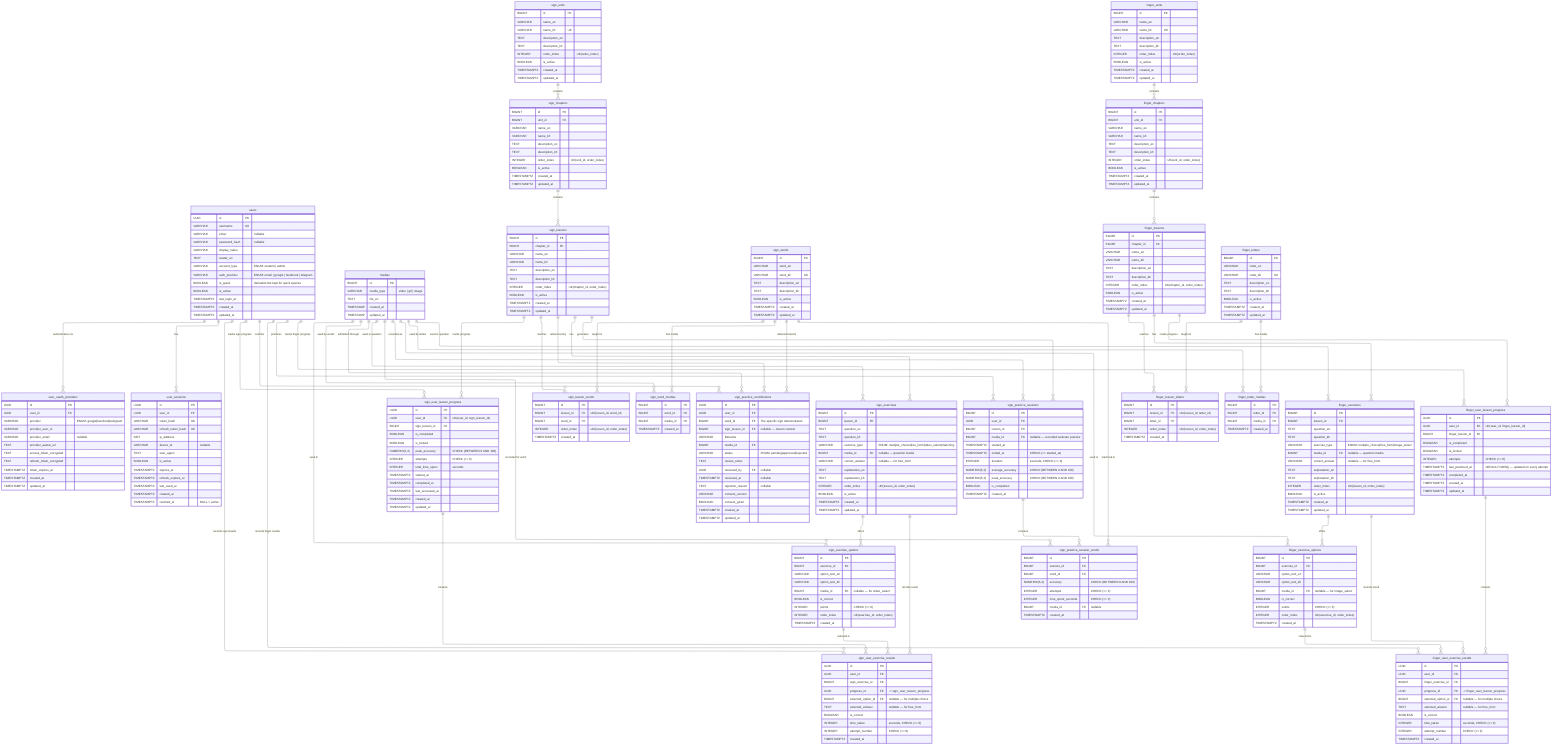
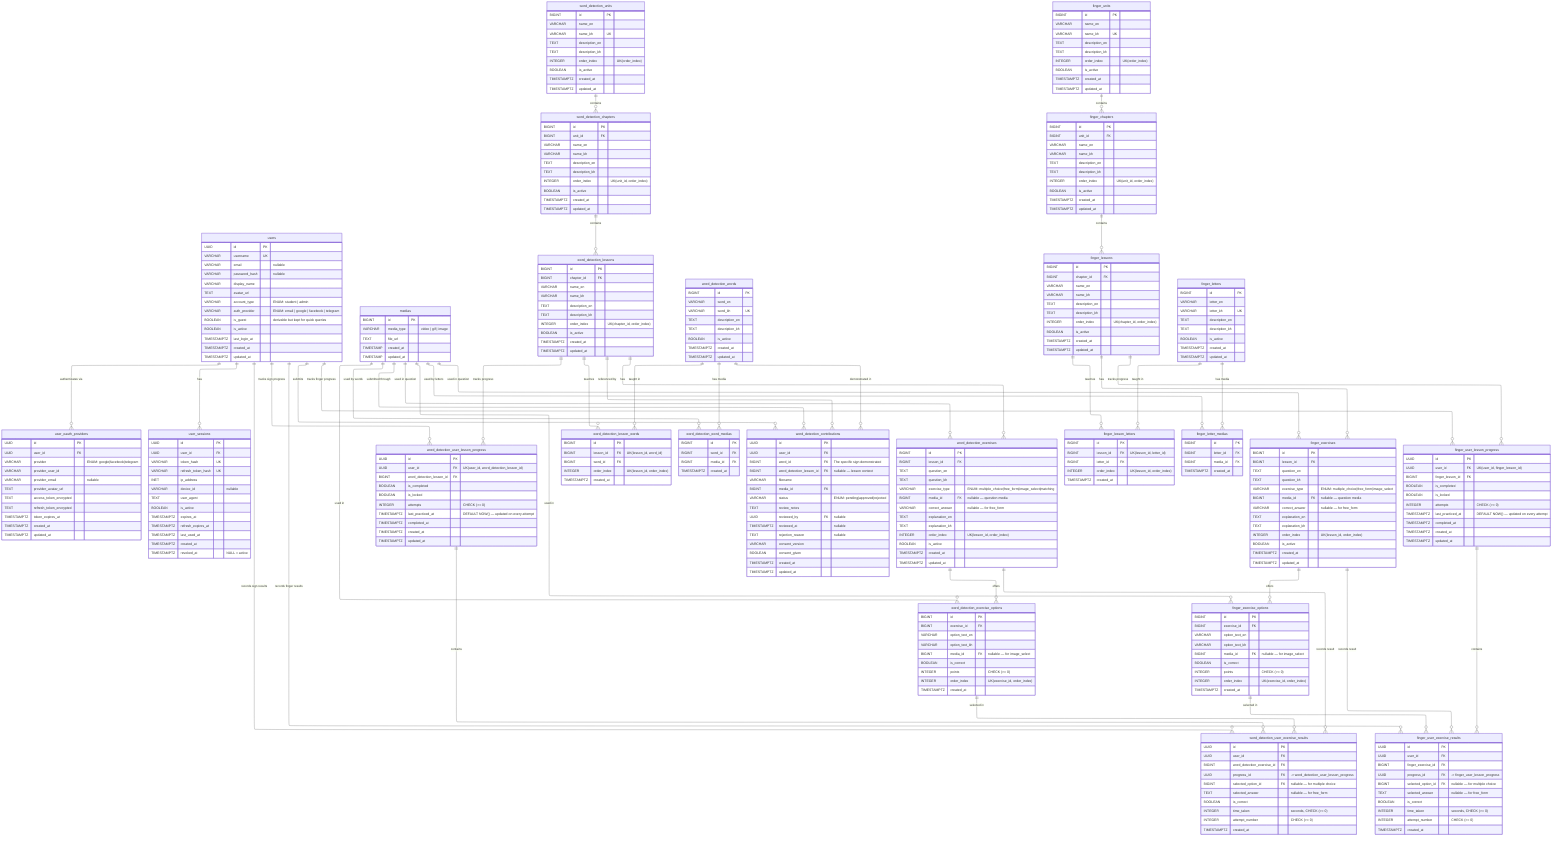
---
config:
  layout: elk
---
erDiagram
	direction TB

	users {
		UUID id PK ""
		VARCHAR username UK ""
		VARCHAR email "nullable"
		VARCHAR password_hash "nullable"
		VARCHAR display_name ""
		TEXT avatar_url ""
		VARCHAR account_type "ENUM: student | admin"
		VARCHAR auth_provider "ENUM: email | google | facebook | telegram"
		BOOLEAN is_guest "derivable but kept for quick queries"
		BOOLEAN is_active ""
		TIMESTAMPTZ last_login_at ""
		TIMESTAMPTZ created_at ""
		TIMESTAMPTZ updated_at ""
	}

	user_oauth_providers {
		UUID id PK ""
		UUID user_id FK ""
		VARCHAR provider "ENUM: google|facebook|telegram"
		VARCHAR provider_user_id ""
		VARCHAR provider_email "nullable"
		TEXT provider_avatar_url ""
		TEXT access_token_encrypted ""
		TEXT refresh_token_encrypted ""
		TIMESTAMPTZ token_expires_at ""
		TIMESTAMPTZ created_at ""
		TIMESTAMPTZ updated_at ""
		%% UK(provider, provider_user_id)
	}

	user_sessions {
		UUID id PK ""
		UUID user_id FK ""
		VARCHAR token_hash UK ""
		VARCHAR refresh_token_hash UK ""
		INET ip_address ""
		VARCHAR device_id "nullable"
		TEXT user_agent ""
		BOOLEAN is_active ""
		TIMESTAMPTZ expires_at ""
		TIMESTAMPTZ refresh_expires_at ""
		TIMESTAMPTZ last_used_at ""
		TIMESTAMPTZ created_at ""
		TIMESTAMPTZ revoked_at "NULL = active"
	}

- 	sign_user_lesson_progress {
- 		UUID id PK ""
- 		UUID user_id FK "UK(user_id, sign_lesson_id)"
- 		BIGINT sign_lesson_id FK ""
+ 	word_detection_user_lesson_progress {
+ 		UUID id PK ""
+ 		UUID user_id FK "UK(user_id, word_detection_lesson_id)"
+ 		BIGINT word_detection_lesson_id FK ""
		BOOLEAN is_completed ""
		BOOLEAN is_locked ""
- 		NUMERIC(5,2) peak_accuracy "CHECK (BETWEEN 0 AND 100)"
		INTEGER attempts "CHECK (>= 0)"
- 		INTEGER total_time_spent "seconds"
- 		TIMESTAMPTZ started_at ""
+ 		TIMESTAMPTZ last_practiced_at "DEFAULT NOW() — updated on every attempt"
		TIMESTAMPTZ completed_at ""
- 		TIMESTAMPTZ last_accessed_at ""
- 		TIMESTAMPTZ created_at ""
- 		TIMESTAMPTZ updated_at ""
- 	}
- 
- 	sign_user_exercise_results {
- 		UUID id PK ""
- 		UUID user_id FK ""
- 		BIGINT sign_exercise_id FK ""
- 		UUID progress_id FK "-> sign_user_lesson_progress"
+ 		TIMESTAMPTZ created_at ""
+ 		TIMESTAMPTZ updated_at ""
+ 	}
+ 
+ 	word_detection_user_exercise_results {
+ 		UUID id PK ""
+ 		UUID user_id FK ""
+ 		BIGINT word_detection_exercise_id FK ""
+ 		UUID progress_id FK "-> word_detection_user_lesson_progress"
		BIGINT selected_option_id FK "nullable — for multiple choice"
		TEXT selected_answer "nullable — for free_form"
		BOOLEAN is_correct ""
		INTEGER time_taken "seconds, CHECK (>= 0)"
		INTEGER attempt_number "CHECK (>= 0)"
		TIMESTAMPTZ created_at ""
	}

	medias {
		BIGINT id PK ""
		VARCHAR media_type  "video | gif | image"
		TEXT file_url  ""
		TIMESTAMP created_at  ""
		TIMESTAMP updated_at  ""
	}

- 	sign_units {
+ 	word_detection_units {
		BIGINT id PK ""
		VARCHAR name_en ""
		VARCHAR name_kh UK ""
		TEXT description_en ""
		TEXT description_kh ""
		INTEGER order_index "UK(order_index)"
		BOOLEAN is_active ""
		TIMESTAMPTZ created_at ""
		TIMESTAMPTZ updated_at ""
	}

- 	sign_chapters {
+ 	word_detection_chapters {
		BIGINT id PK ""
		BIGINT unit_id FK ""
		VARCHAR name_en ""
		VARCHAR name_kh ""
		TEXT description_en ""
		TEXT description_kh ""
		INTEGER order_index "UK(unit_id, order_index)"
		BOOLEAN is_active ""
		TIMESTAMPTZ created_at ""
		TIMESTAMPTZ updated_at ""
	}

- 	sign_lessons {
+ 	word_detection_lessons {
		BIGINT id PK ""
		BIGINT chapter_id FK ""
		VARCHAR name_en ""
		VARCHAR name_kh ""
		TEXT description_en ""
		TEXT description_kh ""
		INTEGER order_index "UK(chapter_id, order_index)"
		BOOLEAN is_active ""
		TIMESTAMPTZ created_at ""
		TIMESTAMPTZ updated_at ""
	}

- 	sign_words {
+ 	word_detection_words {
		BIGINT id PK ""
		VARCHAR word_en ""
		VARCHAR word_kh UK ""
		TEXT description_en ""
		TEXT description_kh ""
		BOOLEAN is_active ""
		TIMESTAMPTZ created_at ""
		TIMESTAMPTZ updated_at ""
	}

- 	sign_lesson_words {
+ 	word_detection_lesson_words {
		BIGINT id PK ""
		BIGINT lesson_id FK "UK(lesson_id, word_id)"
		BIGINT word_id FK ""
		INTEGER order_index "UK(lesson_id, order_index)"
		TIMESTAMPTZ created_at ""
	}

- 	sign_word_medias {
+ 	word_detection_word_medias {
		BIGINT id PK ""
		BIGINT word_id FK ""
		BIGINT media_id FK ""
		TIMESTAMPTZ created_at ""
	}

- 	sign_practice_contributions {
+ 	word_detection_contributions {
		UUID id PK ""
		UUID user_id FK ""
		BIGINT word_id FK "The specific sign demonstrated"
- 		BIGINT sign_lesson_id FK "nullable — lesson context"
+ 		BIGINT word_detection_lesson_id FK "nullable — lesson context"
		VARCHAR filename ""
		BIGINT media_id FK ""
		VARCHAR status "ENUM: pending|approved|rejected"
		TEXT review_notes ""
		UUID reviewed_by FK "nullable"
		TIMESTAMPTZ reviewed_at "nullable"
		TEXT rejection_reason "nullable"
		VARCHAR consent_version ""
		BOOLEAN consent_given ""
		TIMESTAMPTZ created_at ""
		TIMESTAMPTZ updated_at ""
	}

- 	sign_exercises {
+ 	word_detection_exercises {
		BIGINT id PK ""
		BIGINT lesson_id FK ""
		TEXT question_en ""
		TEXT question_kh ""
- 		VARCHAR exercise_type "ENUM: multiple_choice|free_form|video_select|matching"
+ 		VARCHAR exercise_type "ENUM: multiple_choice|free_form|image_select|matching"
		BIGINT media_id FK "nullable — question media"
		VARCHAR correct_answer "nullable — for free_form"
		TEXT explanation_en ""
		TEXT explanation_kh ""
		INTEGER order_index "UK(lesson_id, order_index)"
		BOOLEAN is_active ""
		TIMESTAMPTZ created_at ""
		TIMESTAMPTZ updated_at ""
	}

- 	sign_exercise_options {
+ 	word_detection_exercise_options {
		BIGINT id PK ""
		BIGINT exercise_id FK ""
		VARCHAR option_text_en ""
		VARCHAR option_text_kh ""
- 		BIGINT media_id FK "nullable — for video_select"
+ 		BIGINT media_id FK "nullable — for image_select"
		BOOLEAN is_correct ""
		INTEGER points "CHECK (>= 0)"
		INTEGER order_index "UK(exercise_id, order_index)"
		TIMESTAMPTZ created_at ""
	}

- 	sign_practice_sessions {
- 		BIGINT id PK ""
- 		UUID user_id FK ""
- 		BIGINT lesson_id FK ""
- 		BIGINT media_id FK "nullable — recorded webcam practice"
- 		TIMESTAMPTZ started_at ""
- 		TIMESTAMPTZ ended_at "CHECK (>= started_at)"
- 		INTEGER duration "seconds, CHECK (>= 0)"
- 		NUMERIC(5,2) average_accuracy "CHECK (BETWEEN 0 AND 100)"
- 		NUMERIC(5,2) peak_accuracy "CHECK (BETWEEN 0 AND 100)"
- 		BOOLEAN is_completed ""
- 		TIMESTAMPTZ created_at ""
- 	}
- 
- 	sign_practice_session_words {
- 		BIGINT id PK ""
- 		BIGINT session_id FK ""
- 		BIGINT word_id FK ""
- 		NUMERIC(5,2) accuracy "CHECK (BETWEEN 0 AND 100)"
- 		INTEGER attempts "CHECK (>= 0)"
- 		INTEGER time_spent_seconds "CHECK (>= 0)"
- 		BIGINT media_id FK "nullable"
- 		TIMESTAMPTZ created_at ""
- 	}

	finger_units {
		BIGINT id PK ""
		VARCHAR name_en ""
		VARCHAR name_kh UK ""
		TEXT description_en ""
		TEXT description_kh ""
		INTEGER order_index "UK(order_index)"
		BOOLEAN is_active ""
		TIMESTAMPTZ created_at ""
		TIMESTAMPTZ updated_at ""
	}

	finger_chapters {
		BIGINT id PK ""
		BIGINT unit_id FK ""
		VARCHAR name_en ""
		VARCHAR name_kh ""
		TEXT description_en ""
		TEXT description_kh ""
		INTEGER order_index "UK(unit_id, order_index)"
		BOOLEAN is_active ""
		TIMESTAMPTZ created_at ""
		TIMESTAMPTZ updated_at ""
	}

	finger_lessons {
		BIGINT id PK ""
		BIGINT chapter_id FK ""
		VARCHAR name_en ""
		VARCHAR name_kh ""
		TEXT description_en ""
		TEXT description_kh ""
		INTEGER order_index "UK(chapter_id, order_index)"
		BOOLEAN is_active ""
		TIMESTAMPTZ created_at ""
		TIMESTAMPTZ updated_at ""
	}

	finger_letters {
		BIGINT id PK ""
		VARCHAR letter_en ""
		VARCHAR letter_kh UK ""
		TEXT description_en ""
		TEXT description_kh ""
		BOOLEAN is_active ""
		TIMESTAMPTZ created_at ""
		TIMESTAMPTZ updated_at ""
	}

	finger_lesson_letters {
		BIGINT id PK ""
		BIGINT lesson_id FK "UK(lesson_id, letter_id)"
		BIGINT letter_id FK ""
		INTEGER order_index "UK(lesson_id, order_index)"
		TIMESTAMPTZ created_at ""
	}

	finger_letter_medias {
		BIGINT id PK ""
		BIGINT letter_id FK ""
		BIGINT media_id FK ""
		TIMESTAMPTZ created_at ""
	}

	finger_exercises {
		BIGINT id PK ""
		BIGINT lesson_id FK ""
		TEXT question_en ""
		TEXT question_kh ""
		VARCHAR exercise_type "ENUM: multiple_choice|free_form|image_select"
		BIGINT media_id FK "nullable — question media"
		VARCHAR correct_answer "nullable — for free_form"
		TEXT explanation_en ""
		TEXT explanation_kh ""
		INTEGER order_index "UK(lesson_id, order_index)"
		BOOLEAN is_active ""
		TIMESTAMPTZ created_at ""
		TIMESTAMPTZ updated_at ""
	}

	finger_exercise_options {
		BIGINT id PK ""
		BIGINT exercise_id FK ""
		VARCHAR option_text_en ""
		VARCHAR option_text_kh ""
		BIGINT media_id FK "nullable — for image_select"
		BOOLEAN is_correct ""
		INTEGER points "CHECK (>= 0)"
		INTEGER order_index "UK(exercise_id, order_index)"
		TIMESTAMPTZ created_at ""
	}

	finger_user_lesson_progress {
		UUID id PK ""
		UUID user_id FK "UK(user_id, finger_lesson_id)"
		BIGINT finger_lesson_id FK ""
		BOOLEAN is_completed ""
		BOOLEAN is_locked ""
		INTEGER attempts "CHECK (>= 0)"
		TIMESTAMPTZ last_practiced_at "DEFAULT NOW() — updated on every attempt"
		TIMESTAMPTZ completed_at ""
		TIMESTAMPTZ created_at ""
		TIMESTAMPTZ updated_at ""
	}

	finger_user_exercise_results {
		UUID id PK ""
		UUID user_id FK ""
		BIGINT finger_exercise_id FK ""
		UUID progress_id FK "-> finger_user_lesson_progress"
		BIGINT selected_option_id FK "nullable — for multiple choice"
		TEXT selected_answer "nullable — for free_form"
		BOOLEAN is_correct ""
		INTEGER time_taken "seconds, CHECK (>= 0)"
		INTEGER attempt_number "CHECK (>= 0)"
		TIMESTAMPTZ created_at ""
	}


	users ||--o{ user_oauth_providers : "authenticates via"
	users ||--o{ user_sessions : "has"
- 	users ||--o{ sign_user_lesson_progress : "tracks sign progress"
+ 	users ||--o{ word_detection_user_lesson_progress : "tracks sign progress"
	users ||--o{ finger_user_lesson_progress : "tracks finger progress"
- 	users ||--o{ sign_user_exercise_results : "records sign results"
+ 	users ||--o{ word_detection_user_exercise_results : "records sign results"
	users ||--o{ finger_user_exercise_results : "records finger results"
- 	users ||--o{ sign_practice_contributions : "submits"
- 	users ||--o{ sign_practice_sessions : "practices"
- 
- 
- 	sign_user_lesson_progress ||--o{ sign_user_exercise_results : "contains"
+ 	users ||--o{ word_detection_contributions : "submits"
+ 
+ 
+ 	word_detection_user_lesson_progress ||--o{ word_detection_user_exercise_results : "contains"
	finger_user_lesson_progress ||--o{ finger_user_exercise_results : "contains"

- 	sign_lessons ||--o{ sign_user_lesson_progress : "tracks progress"
+ 	word_detection_lessons ||--o{ word_detection_user_lesson_progress : "tracks progress"
	finger_lessons ||--o{ finger_user_lesson_progress : "tracks progress"

- 	sign_exercises ||--o{ sign_user_exercise_results : "records result"
- 	sign_exercise_options ||--o{ sign_user_exercise_results : "selected in"
+ 	word_detection_exercises ||--o{ word_detection_user_exercise_results : "records result"
+ 	word_detection_exercise_options ||--o{ word_detection_user_exercise_results : "selected in"

	finger_exercises ||--o{ finger_user_exercise_results : "records result"
	finger_exercise_options ||--o{ finger_user_exercise_results : "selected in"

- 	sign_units ||--o{ sign_chapters : "contains"
- 	sign_chapters ||--o{ sign_lessons : "contains"
- 	sign_lessons ||--o{ sign_lesson_words : "teaches"
- 	sign_words ||--o{ sign_lesson_words : "taught in"
- 
- 	sign_lessons ||--o{ sign_exercises : "has"
- 	sign_exercises ||--o{ sign_exercise_options : "offers"
- 
- 	medias ||--o{ sign_exercise_options : "used in"
- 	medias ||--o{ sign_exercises : "used in question"
- 
- 	sign_lessons ||--o{ sign_practice_sessions : "generates"
- 	sign_practice_sessions ||--o{ sign_practice_session_words : "contains"
- 	sign_words ||--o{ sign_practice_session_words : "practiced in"
- 	medias ||--o{ sign_practice_session_words : "recorded for word"
+ 	word_detection_units ||--o{ word_detection_chapters : "contains"
+ 	word_detection_chapters ||--o{ word_detection_lessons : "contains"
+ 	word_detection_lessons ||--o{ word_detection_lesson_words : "teaches"
+ 	word_detection_words ||--o{ word_detection_lesson_words : "taught in"
+ 
+ 	word_detection_lessons ||--o{ word_detection_exercises : "has"
+ 	word_detection_exercises ||--o{ word_detection_exercise_options : "offers"
+ 
+ 	medias ||--o{ word_detection_exercise_options : "used in"
+ 	medias ||--o{ word_detection_exercises : "used in question"

	finger_units ||--o{ finger_chapters : "contains"
	finger_chapters ||--o{ finger_lessons : "contains"
	finger_lessons ||--o{ finger_lesson_letters : "teaches"
	finger_letters ||--o{ finger_lesson_letters : "taught in"

	finger_lessons ||--o{ finger_exercises : "has"
	finger_exercises ||--o{ finger_exercise_options : "offers"

	medias ||--o{ finger_exercise_options : "used in"
	medias ||--o{ finger_exercises : "used in question"

- 	sign_words ||--o{ sign_word_medias : "has media"
- 	medias ||--o{ sign_word_medias : "used by words"
+ 	word_detection_words ||--o{ word_detection_word_medias : "has media"
+ 	medias ||--o{ word_detection_word_medias : "used by words"

	finger_letters ||--o{ finger_letter_medias : "has media"
	medias ||--o{ finger_letter_medias : "used by letters"

- 	medias ||--o{ sign_practice_contributions : "submitted through"
- 	sign_words ||--o{ sign_practice_contributions : "demonstrated in"
- 	sign_lessons ||--o{ sign_practice_contributions : "referenced by"
- 
- 	medias ||--o{ sign_practice_sessions : "recorded as"+ 	medias ||--o{ word_detection_contributions : "submitted through"
+ 	word_detection_words ||--o{ word_detection_contributions : "demonstrated in"
+ 	word_detection_lessons ||--o{ word_detection_contributions : "referenced by"
